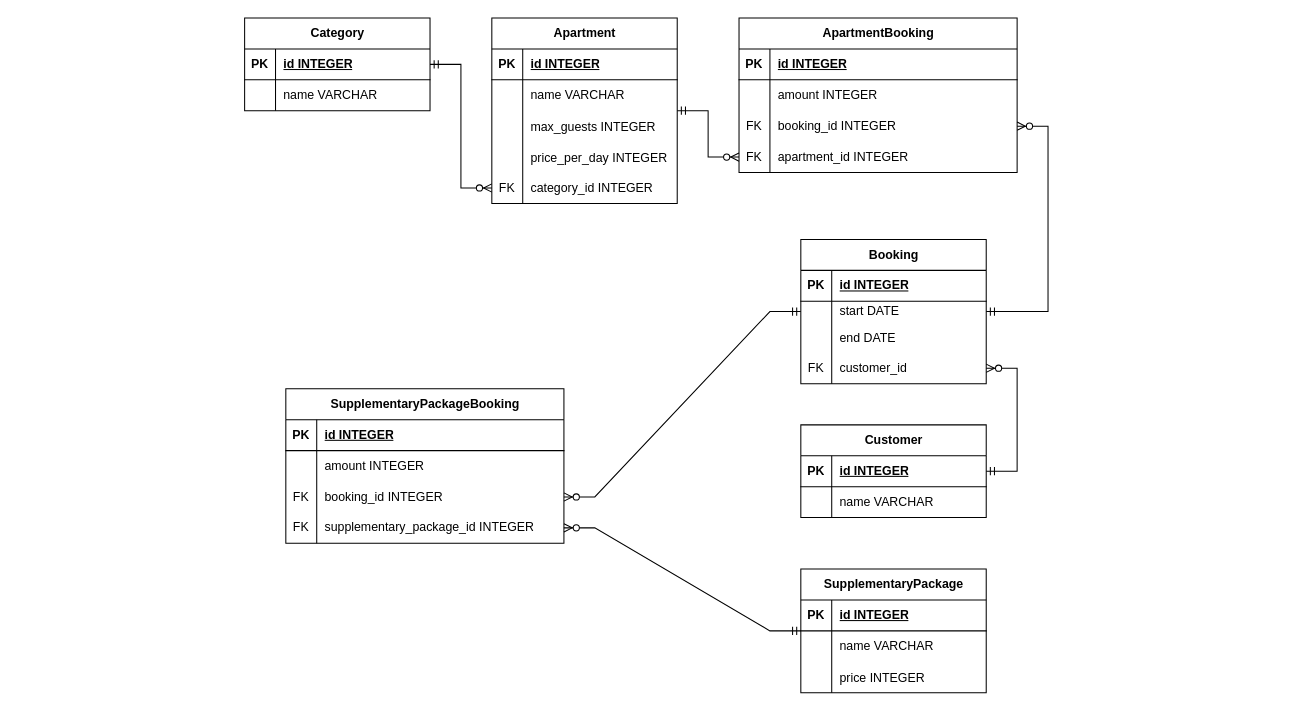
Before: docs/erdiagram.drawio in j-weissen/rdp2023, a draw.io diagram. Source tidied: cells renumbered, new cells numbered last; positions are measured from the earlier drawing's top-left corner, leaving out a move shared by most shapes. Both pictures are drawn from the tidied source at 103%, with x=0, y=0 at pixel (244, 18).
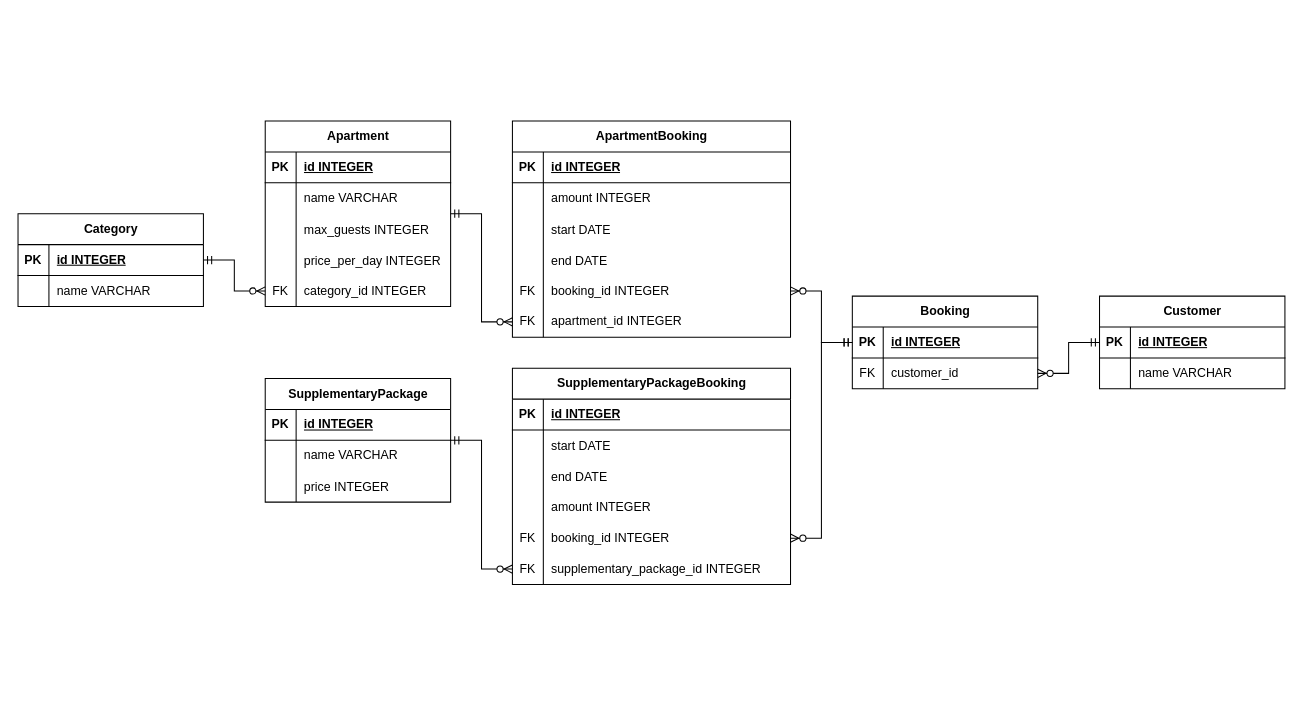
After the change.

The change refers to these unchanged cells:
```xml
<mxCell id="33" style="shape=tableRow;horizontal=0;startSize=0;swimlaneHead=0;swimlaneBody=0;fillColor=none;points=[[0,0.5],[1,0.5]];portConstraint=eastwest;top=0;left=0;right=0;bottom=1;" parent="32" vertex="1">
  <mxGeometry y="30" width="180" height="30" as="geometry" />
</mxCell>
```

Change to the diagram source:
```diff
@@
     <mxCell id="2" value="Category" style="shape=table;startSize=30;childLayout=tableLayout;rowLines=0;fontStyle=1;align=center;html=1;" parent="1" vertex="1">
-      <mxGeometry width="180" height="90" as="geometry" />
+      <mxGeometry x="-220" y="190" width="180" height="90" as="geometry" />
     </mxCell>
@@
     <mxCell id="9" value="Customer" style="shape=table;startSize=30;childLayout=tableLayout;rowLines=0;fontStyle=1;align=center;html=1;" parent="1" vertex="1">
-      <mxGeometry x="540" y="395" width="180" height="90" as="geometry" />
+      <mxGeometry x="830" y="270" width="180" height="90" as="geometry" />
     </mxCell>
@@
     <mxCell id="16" value="Apartment" style="shape=table;startSize=30;childLayout=tableLayout;rowLines=0;fontStyle=1;align=center;html=1;" parent="1" vertex="1">
-      <mxGeometry x="240" width="180" height="180" as="geometry" />
+      <mxGeometry x="20" y="100" width="180" height="180" as="geometry" />
     </mxCell>
@@
     <mxCell id="32" value="Booking" style="shape=table;startSize=30;childLayout=tableLayout;rowLines=0;fontStyle=1;align=center;html=1;" parent="1" vertex="1">
-      <mxGeometry x="540" y="215" width="180" height="140" as="geometry" />
+      <mxGeometry x="590" y="270" width="180" height="90" as="geometry" />
     </mxCell>
@@
-    <mxCell id="36" style="shape=tableRow;horizontal=0;startSize=0;swimlaneHead=0;swimlaneBody=0;fillColor=none;top=0;left=0;right=0;bottom=0;" parent="32" vertex="1">
-      <mxGeometry y="60" width="180" height="20" as="geometry" />
-    </mxCell>
-    <mxCell id="37" style="shape=partialRectangle;fillColor=none;top=0;left=0;bottom=0;right=0;overflow=hidden;whiteSpace=wrap;html=1;" parent="36" vertex="1">
-      <mxGeometry width="30" height="20" as="geometry" />
-    </mxCell>
-    <mxCell id="38" value="start DATE" style="shape=partialRectangle;fillColor=none;top=0;left=0;bottom=0;right=0;align=left;spacingLeft=6;overflow=hidden;whiteSpace=wrap;html=1;" parent="36" vertex="1">
-      <mxGeometry x="30" width="150" height="20" as="geometry" />
-    </mxCell>
-    <mxCell id="39" style="shape=tableRow;horizontal=0;startSize=0;swimlaneHead=0;swimlaneBody=0;fillColor=none;top=0;left=0;right=0;bottom=0;" parent="32" vertex="1">
-      <mxGeometry y="80" width="180" height="30" as="geometry" />
-    </mxCell>
-    <mxCell id="40" style="shape=partialRectangle;fillColor=none;top=0;left=0;bottom=0;right=0;overflow=hidden;" parent="39" vertex="1">
-      <mxGeometry width="30" height="30" as="geometry" />
-    </mxCell>
-    <mxCell id="41" value="end DATE" style="shape=partialRectangle;fillColor=none;top=0;left=0;bottom=0;right=0;align=left;spacingLeft=6;overflow=hidden;" parent="39" vertex="1">
-      <mxGeometry x="30" width="150" height="30" as="geometry" />
-    </mxCell>
     <mxCell id="42" style="shape=tableRow;horizontal=0;startSize=0;swimlaneHead=0;swimlaneBody=0;fillColor=none;points=[[0,0.5],[1,0.5]];portConstraint=eastwest;top=0;left=0;right=0;bottom=0;" parent="32" vertex="1">
-      <mxGeometry y="110" width="180" height="30" as="geometry" />
+      <mxGeometry y="60" width="180" height="30" as="geometry" />
     </mxCell>
@@
     <mxCell id="45" value="SupplementaryPackage" style="shape=table;startSize=30;childLayout=tableLayout;rowLines=0;fontStyle=1;align=center;html=1;" parent="1" vertex="1">
-      <mxGeometry x="540" y="535" width="180" height="120" as="geometry" />
+      <mxGeometry x="20" y="350" width="180" height="120" as="geometry" />
     </mxCell>
@@
     <mxCell id="56" value="SupplementaryPackageBooking" style="shape=table;startSize=30;childLayout=tableLayout;rowLines=0;fontStyle=1;align=center;html=1;" parent="1" vertex="1">
-      <mxGeometry x="40" y="360" width="270" height="150" as="geometry" />
+      <mxGeometry x="260" y="340" width="270" height="210" as="geometry" />
     </mxCell>
@@
+    <mxCell id="87" style="shape=tableRow;horizontal=0;startSize=0;swimlaneHead=0;swimlaneBody=0;fillColor=none;top=0;left=0;right=0;bottom=0;" parent="56" vertex="1">
+      <mxGeometry y="60" width="270" height="30" as="geometry" />
+    </mxCell>
+    <mxCell id="88" style="shape=partialRectangle;fillColor=none;top=0;left=0;bottom=0;right=0;overflow=hidden;" parent="87" vertex="1">
+      <mxGeometry width="30" height="30" as="geometry" />
+    </mxCell>
+    <mxCell id="89" value="start DATE" style="shape=partialRectangle;fillColor=none;top=0;left=0;bottom=0;right=0;align=left;spacingLeft=6;overflow=hidden;" parent="87" vertex="1">
+      <mxGeometry x="30" width="240" height="30" as="geometry" />
+    </mxCell>
+    <mxCell id="90" style="shape=tableRow;horizontal=0;startSize=0;swimlaneHead=0;swimlaneBody=0;fillColor=none;top=0;left=0;right=0;bottom=0;" parent="56" vertex="1">
+      <mxGeometry y="90" width="270" height="30" as="geometry" />
+    </mxCell>
+    <mxCell id="91" style="shape=partialRectangle;fillColor=none;top=0;left=0;bottom=0;right=0;overflow=hidden;" parent="90" vertex="1">
+      <mxGeometry width="30" height="30" as="geometry" />
+    </mxCell>
+    <mxCell id="92" value="end DATE" style="shape=partialRectangle;fillColor=none;top=0;left=0;bottom=0;right=0;align=left;spacingLeft=6;overflow=hidden;" parent="90" vertex="1">
+      <mxGeometry x="30" width="240" height="30" as="geometry" />
+    </mxCell>
     <mxCell id="60" style="shape=tableRow;horizontal=0;startSize=0;swimlaneHead=0;swimlaneBody=0;fillColor=none;top=0;left=0;right=0;bottom=0;" parent="56" vertex="1">
-      <mxGeometry y="60" width="270" height="30" as="geometry" />
+      <mxGeometry y="120" width="270" height="30" as="geometry" />
     </mxCell>
@@
     <mxCell id="63" style="shape=tableRow;horizontal=0;startSize=0;swimlaneHead=0;swimlaneBody=0;fillColor=none;points=[[0,0.5],[1,0.5]];portConstraint=eastwest;top=0;left=0;right=0;bottom=0;" parent="56" vertex="1">
-      <mxGeometry y="90" width="270" height="30" as="geometry" />
+      <mxGeometry y="150" width="270" height="30" as="geometry" />
     </mxCell>
@@
     <mxCell id="66" style="shape=tableRow;horizontal=0;startSize=0;swimlaneHead=0;swimlaneBody=0;fillColor=none;points=[[0,0.5],[1,0.5]];portConstraint=eastwest;top=0;left=0;right=0;bottom=0;" parent="56" vertex="1">
-      <mxGeometry y="120" width="270" height="30" as="geometry" />
+      <mxGeometry y="180" width="270" height="30" as="geometry" />
     </mxCell>
@@
     <mxCell id="72" value="ApartmentBooking" style="shape=table;startSize=30;childLayout=tableLayout;rowLines=0;fontStyle=1;align=center;html=1;" parent="1" vertex="1">
-      <mxGeometry x="480" width="270" height="150" as="geometry" />
+      <mxGeometry x="260" y="100" width="270" height="210" as="geometry" />
     </mxCell>
@@
+    <mxCell id="93" style="shape=tableRow;horizontal=0;startSize=0;swimlaneHead=0;swimlaneBody=0;fillColor=none;top=0;left=0;right=0;bottom=0;" parent="72" vertex="1">
+      <mxGeometry y="90" width="270" height="30" as="geometry" />
+    </mxCell>
+    <mxCell id="94" style="shape=partialRectangle;fillColor=none;top=0;left=0;bottom=0;right=0;overflow=hidden;" parent="93" vertex="1">
+      <mxGeometry width="30" height="30" as="geometry" />
+    </mxCell>
+    <mxCell id="95" value="start DATE" style="shape=partialRectangle;fillColor=none;top=0;left=0;bottom=0;right=0;align=left;spacingLeft=6;overflow=hidden;" parent="93" vertex="1">
+      <mxGeometry x="30" width="240" height="30" as="geometry" />
+    </mxCell>
+    <mxCell id="96" style="shape=tableRow;horizontal=0;startSize=0;swimlaneHead=0;swimlaneBody=0;fillColor=none;top=0;left=0;right=0;bottom=0;" parent="72" vertex="1">
+      <mxGeometry y="120" width="270" height="30" as="geometry" />
+    </mxCell>
+    <mxCell id="97" style="shape=partialRectangle;fillColor=none;top=0;left=0;bottom=0;right=0;overflow=hidden;" parent="96" vertex="1">
+      <mxGeometry width="30" height="30" as="geometry" />
+    </mxCell>
+    <mxCell id="98" value="end DATE" style="shape=partialRectangle;fillColor=none;top=0;left=0;bottom=0;right=0;align=left;spacingLeft=6;overflow=hidden;" parent="96" vertex="1">
+      <mxGeometry x="30" width="240" height="30" as="geometry" />
+    </mxCell>
     <mxCell id="79" style="shape=tableRow;horizontal=0;startSize=0;swimlaneHead=0;swimlaneBody=0;fillColor=none;points=[[0,0.5],[1,0.5]];portConstraint=eastwest;top=0;left=0;right=0;bottom=0;" parent="72" vertex="1">
-      <mxGeometry y="90" width="270" height="30" as="geometry" />
+      <mxGeometry y="150" width="270" height="30" as="geometry" />
     </mxCell>
@@
     <mxCell id="82" style="shape=tableRow;horizontal=0;startSize=0;swimlaneHead=0;swimlaneBody=0;fillColor=none;points=[[0,0.5],[1,0.5]];portConstraint=eastwest;top=0;left=0;right=0;bottom=0;" parent="72" vertex="1">
-      <mxGeometry y="120" width="270" height="30" as="geometry" />
+      <mxGeometry y="180" width="270" height="30" as="geometry" />
     </mxCell>
@@
-    <mxCell id="86" style="edgeStyle=entityRelationEdgeStyle;fontSize=12;html=1;endArrow=ERzeroToMany;startArrow=ERmandOne;rounded=0;" parent="1" edge="1" source="32" target="79">
-      <mxGeometry relative="1" as="geometry" />
+    <mxCell id="86" style="edgeStyle=entityRelationEdgeStyle;fontSize=12;html=1;endArrow=ERzeroToMany;startArrow=ERmandOne;rounded=0;" parent="1" edge="1" source="33" target="79">
+      <mxGeometry relative="1" as="geometry">
+        <Array as="points">
+          <mxPoint x="570" y="300" />
+          <mxPoint x="560" y="230" />
+          <mxPoint x="570" y="310" />
+        </Array>
+      </mxGeometry>
     </mxCell>
```
